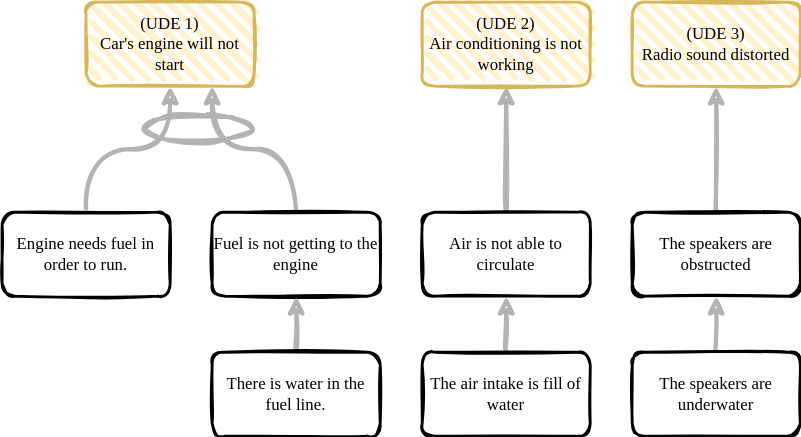
thomykay/devspace-systemsthinking keeps this draw.io diagram as src/slides/drawings/crt.example.car.3.drawio.svg. Above is the earlier version. Source tidied: cells renumbered, new cells last; positions are measured from the earlier drawing's top-left corner, leaving out a move shared by most shapes.
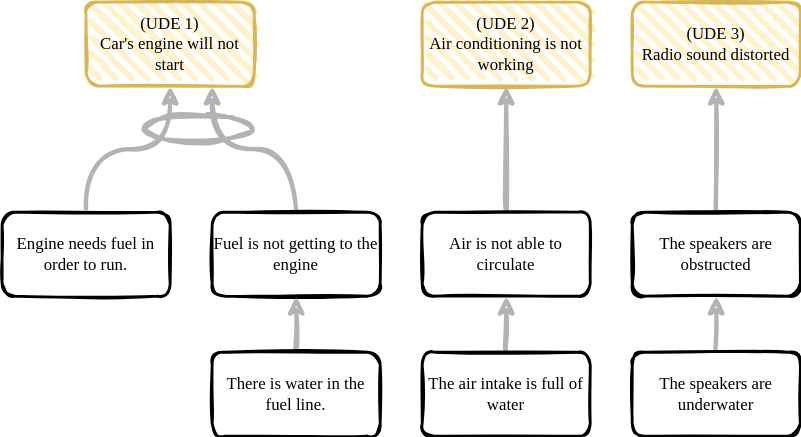
After the commit.

What changed in the source:
```diff
@@ -47,7 +47,7 @@
     <mxCell id="16" style="edgeStyle=orthogonalEdgeStyle;curved=1;rounded=0;sketch=1;jettySize=auto;html=1;strokeColor=#B3B3B3;strokeWidth=3;" parent="1" edge="1" source="17" target="10">
       <mxGeometry relative="1" as="geometry" />
     </mxCell>
-    <mxCell id="17" value="The air intake is fill of water" style="rounded=1;whiteSpace=wrap;html=1;strokeWidth=2;fillWeight=4;hachureGap=8;hachureAngle=45;sketch=1;fontFamily=Comic Sans MS;" parent="1" vertex="1">
+    <mxCell id="17" value="The air intake is full of water" style="rounded=1;whiteSpace=wrap;html=1;strokeWidth=2;fillWeight=4;hachureGap=8;hachureAngle=45;sketch=1;fontFamily=Comic Sans MS;" parent="1" vertex="1">
       <mxGeometry x="300" y="250" width="120" height="60" as="geometry" />
     </mxCell>
     <mxCell id="18" style="edgeStyle=orthogonalEdgeStyle;curved=1;rounded=0;sketch=1;jettySize=auto;html=1;entryX=0.5;entryY=1;entryDx=0;entryDy=0;strokeColor=#B3B3B3;strokeWidth=3;" parent="1" edge="1" source="19" target="12">
```
